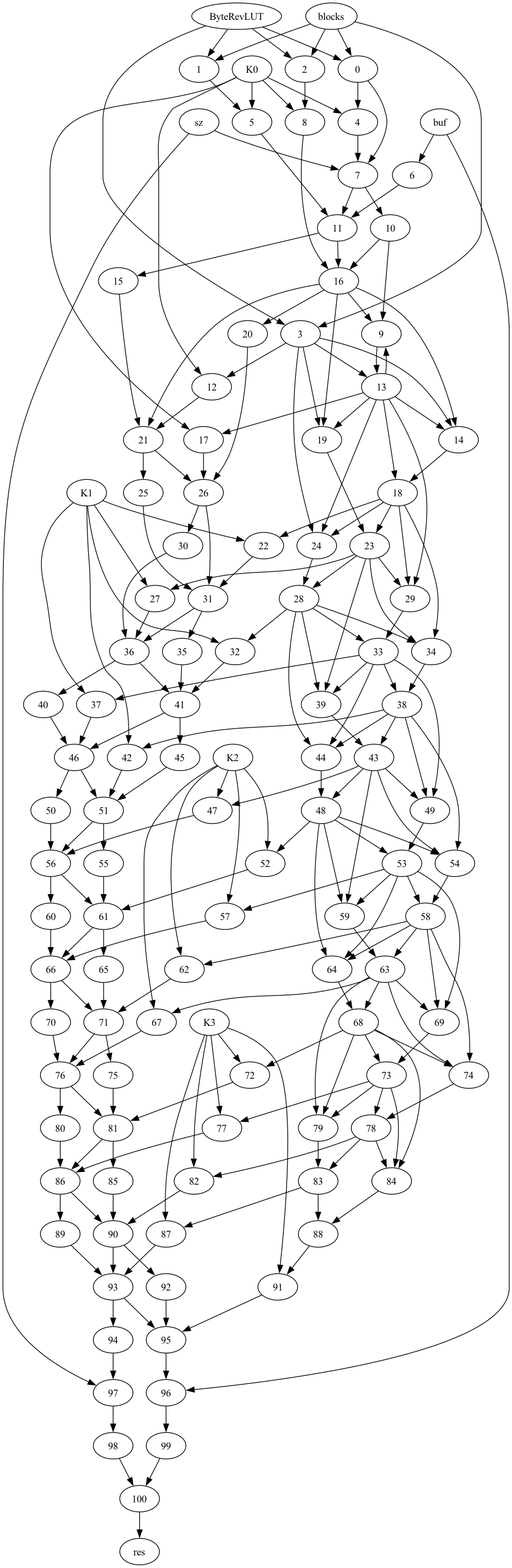
Above: sha1-compress-one-hand-dag.dot.png in jevinskie/AArch64-SHA-Crypto-Extensions (Graphviz), before the change. Its source is kept beside it as sha1-compress-one-hand-dag.dot. The source it was exported from:
```dot
strict digraph "" {
	blocks -> 0;
	blocks -> 1;
	blocks -> 2;
	blocks -> 3;
	0 -> 4;
	0 -> 7;
	ByteRevLUT -> 0;
	ByteRevLUT -> 1;
	ByteRevLUT -> 2;
	ByteRevLUT -> 3;
	1 -> 5;
	2 -> 8;
	3 -> 13;
	3 -> 12;
	3 -> 14;
	3 -> 19;
	3 -> 24;
	4 -> 7;
	K0 -> 4;
	K0 -> 5;
	K0 -> 8;
	K0 -> 12;
	K0 -> 17;
	5 -> 11;
	buf -> 6;
	buf -> 96;
	6 -> 11;
	7 -> 10;
	7 -> 11;
	sz -> 7;
	sz -> 97;
	8 -> 16;
	10 -> 9;
	10 -> 16;
	9 -> 13;
	13 -> 9;
	13 -> 14;
	13 -> 17;
	13 -> 18;
	13 -> 19;
	13 -> 24;
	13 -> 29;
	16 -> 9;
	16 -> 14;
	16 -> 19;
	16 -> 20;
	16 -> 21;
	11 -> 16;
	11 -> 15;
	12 -> 21;
	14 -> 18;
	15 -> 21;
	17 -> 26;
	18 -> 22;
	18 -> 23;
	18 -> 24;
	18 -> 29;
	18 -> 34;
	19 -> 23;
	20 -> 26;
	21 -> 25;
	21 -> 26;
	22 -> 31;
	K1 -> 22;
	K1 -> 27;
	K1 -> 32;
	K1 -> 37;
	K1 -> 42;
	23 -> 27;
	23 -> 28;
	23 -> 29;
	23 -> 34;
	23 -> 39;
	24 -> 28;
	25 -> 31;
	26 -> 30;
	26 -> 31;
	27 -> 36;
	28 -> 32;
	28 -> 33;
	28 -> 34;
	28 -> 39;
	28 -> 44;
	29 -> 33;
	30 -> 36;
	31 -> 35;
	31 -> 36;
	32 -> 41;
	33 -> 37;
	33 -> 38;
	33 -> 39;
	33 -> 44;
	33 -> 49;
	34 -> 38;
	35 -> 41;
	36 -> 40;
	36 -> 41;
	37 -> 46;
	38 -> 42;
	38 -> 43;
	38 -> 44;
	38 -> 49;
	38 -> 54;
	39 -> 43;
	40 -> 46;
	41 -> 45;
	41 -> 46;
	42 -> 51;
	43 -> 47;
	43 -> 48;
	43 -> 49;
	43 -> 54;
	43 -> 59;
	44 -> 48;
	45 -> 51;
	46 -> 50;
	46 -> 51;
	47 -> 56;
	K2 -> 47;
	K2 -> 52;
	K2 -> 57;
	K2 -> 62;
	K2 -> 67;
	48 -> 52;
	48 -> 53;
	48 -> 54;
	48 -> 59;
	48 -> 64;
	49 -> 53;
	50 -> 56;
	51 -> 55;
	51 -> 56;
	52 -> 61;
	53 -> 57;
	53 -> 58;
	53 -> 59;
	53 -> 64;
	53 -> 69;
	54 -> 58;
	55 -> 61;
	56 -> 60;
	56 -> 61;
	57 -> 66;
	58 -> 62;
	58 -> 63;
	58 -> 64;
	58 -> 69;
	58 -> 74;
	59 -> 63;
	60 -> 66;
	61 -> 65;
	61 -> 66;
	62 -> 71;
	63 -> 67;
	63 -> 68;
	63 -> 69;
	63 -> 74;
	63 -> 79;
	64 -> 68;
	65 -> 71;
	66 -> 70;
	66 -> 71;
	67 -> 76;
	68 -> 72;
	68 -> 73;
	68 -> 74;
	68 -> 79;
	68 -> 84;
	69 -> 73;
	70 -> 76;
	71 -> 75;
	71 -> 76;
	72 -> 81;
	K3 -> 72;
	K3 -> 77;
	K3 -> 82;
	K3 -> 87;
	K3 -> 91;
	73 -> 77;
	73 -> 78;
	73 -> 79;
	73 -> 84;
	74 -> 78;
	75 -> 81;
	76 -> 80;
	76 -> 81;
	77 -> 86;
	78 -> 82;
	78 -> 83;
	78 -> 84;
	79 -> 83;
	80 -> 86;
	81 -> 85;
	81 -> 86;
	82 -> 90;
	83 -> 87;
	83 -> 88;
	84 -> 88;
	85 -> 90;
	86 -> 89;
	86 -> 90;
	87 -> 93;
	88 -> 91;
	89 -> 93;
	90 -> 92;
	90 -> 93;
	91 -> 95;
	92 -> 95;
	93 -> 94;
	93 -> 95;
	94 -> 97;
	95 -> 96;
	96 -> 99;
	97 -> 98;
	98 -> 100;
	99 -> 100;
	100 -> res;
}
```
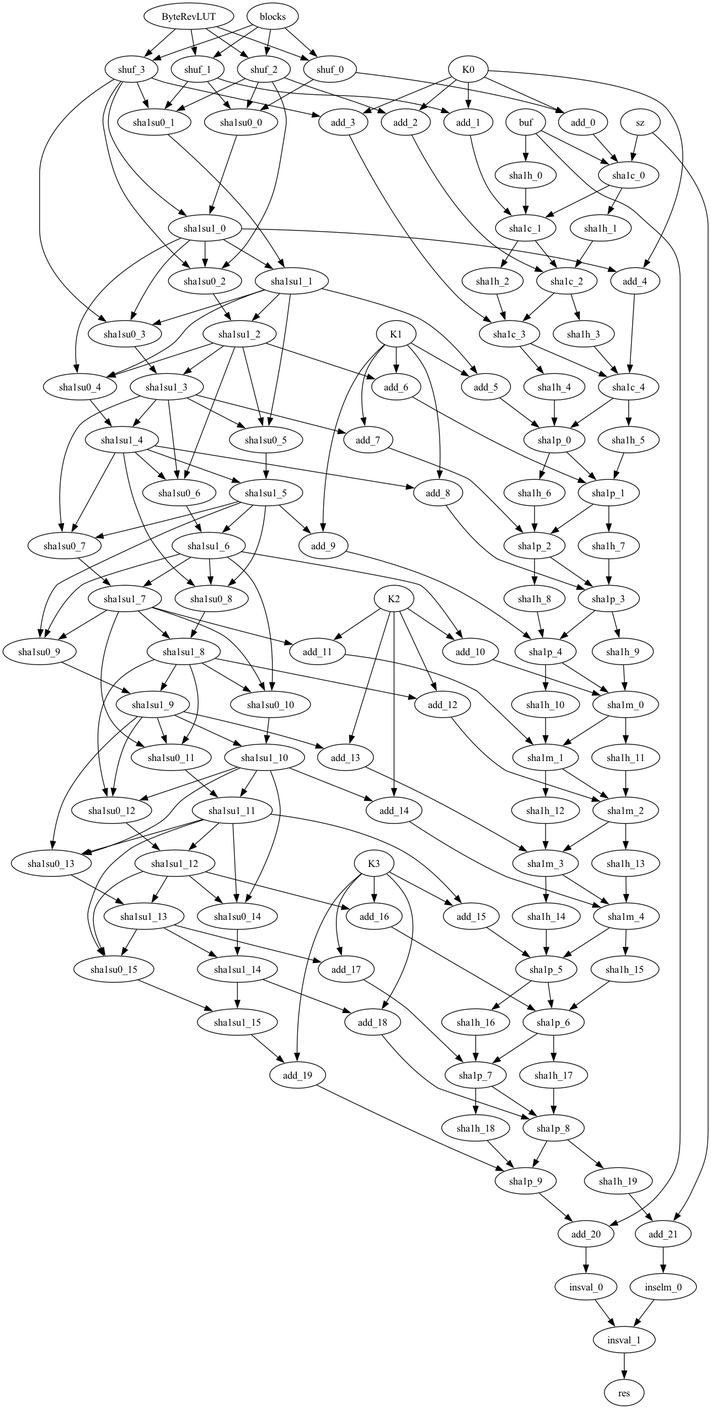
The same file after the commit.

What changed in the source:
```diff
@@ -1,219 +1,219 @@
 strict digraph "" {
-	blocks -> 0;
-	blocks -> 1;
-	blocks -> 2;
-	blocks -> 3;
-	0 -> 4;
-	0 -> 7;
-	ByteRevLUT -> 0;
-	ByteRevLUT -> 1;
-	ByteRevLUT -> 2;
-	ByteRevLUT -> 3;
-	1 -> 5;
-	2 -> 8;
-	3 -> 13;
-	3 -> 12;
-	3 -> 14;
-	3 -> 19;
-	3 -> 24;
-	4 -> 7;
-	K0 -> 4;
-	K0 -> 5;
-	K0 -> 8;
-	K0 -> 12;
-	K0 -> 17;
-	5 -> 11;
-	buf -> 6;
-	buf -> 96;
-	6 -> 11;
-	7 -> 10;
-	7 -> 11;
-	sz -> 7;
-	sz -> 97;
-	8 -> 16;
-	10 -> 9;
-	10 -> 16;
-	9 -> 13;
-	13 -> 9;
-	13 -> 14;
-	13 -> 17;
-	13 -> 18;
-	13 -> 19;
-	13 -> 24;
-	13 -> 29;
-	16 -> 9;
-	16 -> 14;
-	16 -> 19;
-	16 -> 20;
-	16 -> 21;
-	11 -> 16;
-	11 -> 15;
-	12 -> 21;
-	14 -> 18;
-	15 -> 21;
-	17 -> 26;
-	18 -> 22;
-	18 -> 23;
-	18 -> 24;
-	18 -> 29;
-	18 -> 34;
-	19 -> 23;
-	20 -> 26;
-	21 -> 25;
-	21 -> 26;
-	22 -> 31;
-	K1 -> 22;
-	K1 -> 27;
-	K1 -> 32;
-	K1 -> 37;
-	K1 -> 42;
-	23 -> 27;
-	23 -> 28;
-	23 -> 29;
-	23 -> 34;
-	23 -> 39;
-	24 -> 28;
-	25 -> 31;
-	26 -> 30;
-	26 -> 31;
-	27 -> 36;
-	28 -> 32;
-	28 -> 33;
-	28 -> 34;
-	28 -> 39;
-	28 -> 44;
-	29 -> 33;
-	30 -> 36;
-	31 -> 35;
-	31 -> 36;
-	32 -> 41;
-	33 -> 37;
-	33 -> 38;
-	33 -> 39;
-	33 -> 44;
-	33 -> 49;
-	34 -> 38;
-	35 -> 41;
-	36 -> 40;
-	36 -> 41;
-	37 -> 46;
-	38 -> 42;
-	38 -> 43;
-	38 -> 44;
-	38 -> 49;
-	38 -> 54;
-	39 -> 43;
-	40 -> 46;
-	41 -> 45;
-	41 -> 46;
-	42 -> 51;
-	43 -> 47;
-	43 -> 48;
-	43 -> 49;
-	43 -> 54;
-	43 -> 59;
-	44 -> 48;
-	45 -> 51;
-	46 -> 50;
-	46 -> 51;
-	47 -> 56;
-	K2 -> 47;
-	K2 -> 52;
-	K2 -> 57;
-	K2 -> 62;
-	K2 -> 67;
-	48 -> 52;
-	48 -> 53;
-	48 -> 54;
-	48 -> 59;
-	48 -> 64;
-	49 -> 53;
-	50 -> 56;
-	51 -> 55;
-	51 -> 56;
-	52 -> 61;
-	53 -> 57;
-	53 -> 58;
-	53 -> 59;
-	53 -> 64;
-	53 -> 69;
-	54 -> 58;
-	55 -> 61;
-	56 -> 60;
-	56 -> 61;
-	57 -> 66;
-	58 -> 62;
-	58 -> 63;
-	58 -> 64;
-	58 -> 69;
-	58 -> 74;
-	59 -> 63;
-	60 -> 66;
-	61 -> 65;
-	61 -> 66;
-	62 -> 71;
-	63 -> 67;
-	63 -> 68;
-	63 -> 69;
-	63 -> 74;
-	63 -> 79;
-	64 -> 68;
-	65 -> 71;
-	66 -> 70;
-	66 -> 71;
-	67 -> 76;
-	68 -> 72;
-	68 -> 73;
-	68 -> 74;
-	68 -> 79;
-	68 -> 84;
-	69 -> 73;
-	70 -> 76;
-	71 -> 75;
-	71 -> 76;
-	72 -> 81;
-	K3 -> 72;
-	K3 -> 77;
-	K3 -> 82;
-	K3 -> 87;
-	K3 -> 91;
-	73 -> 77;
-	73 -> 78;
-	73 -> 79;
-	73 -> 84;
-	74 -> 78;
-	75 -> 81;
-	76 -> 80;
-	76 -> 81;
-	77 -> 86;
-	78 -> 82;
-	78 -> 83;
-	78 -> 84;
-	79 -> 83;
-	80 -> 86;
-	81 -> 85;
-	81 -> 86;
-	82 -> 90;
-	83 -> 87;
-	83 -> 88;
-	84 -> 88;
-	85 -> 90;
-	86 -> 89;
-	86 -> 90;
-	87 -> 93;
-	88 -> 91;
-	89 -> 93;
-	90 -> 92;
-	90 -> 93;
-	91 -> 95;
-	92 -> 95;
-	93 -> 94;
-	93 -> 95;
-	94 -> 97;
-	95 -> 96;
-	96 -> 99;
-	97 -> 98;
-	98 -> 100;
-	99 -> 100;
-	100 -> res;
+	blocks -> shuf_0;
+	blocks -> shuf_1;
+	blocks -> shuf_2;
+	blocks -> shuf_3;
+	shuf_0 -> add_0;
+	shuf_0 -> sha1su0_0;
+	ByteRevLUT -> shuf_0;
+	ByteRevLUT -> shuf_1;
+	ByteRevLUT -> shuf_2;
+	ByteRevLUT -> shuf_3;
+	shuf_1 -> add_1;
+	shuf_1 -> sha1su0_0;
+	shuf_1 -> sha1su0_1;
+	shuf_2 -> add_2;
+	shuf_2 -> sha1su0_0;
+	shuf_2 -> sha1su0_1;
+	shuf_2 -> sha1su0_2;
+	shuf_3 -> add_3;
+	shuf_3 -> sha1su1_0;
+	shuf_3 -> sha1su0_1;
+	shuf_3 -> sha1su0_2;
+	shuf_3 -> sha1su0_3;
+	add_0 -> sha1c_0;
+	K0 -> add_0;
+	K0 -> add_1;
+	K0 -> add_2;
+	K0 -> add_3;
+	K0 -> add_4;
+	add_1 -> sha1c_1;
+	buf -> sha1h_0;
+	buf -> sha1c_0;
+	buf -> add_20;
+	sha1h_0 -> sha1c_1;
+	sha1c_0 -> sha1h_1;
+	sha1c_0 -> sha1c_1;
+	sz -> sha1c_0;
+	sz -> add_21;
+	add_2 -> sha1c_2;
+	sha1su0_0 -> sha1su1_0;
+	sha1h_1 -> sha1c_2;
+	sha1c_1 -> sha1h_2;
+	sha1c_1 -> sha1c_2;
+	add_3 -> sha1c_3;
+	sha1su1_0 -> add_4;
+	sha1su1_0 -> sha1su1_1;
+	sha1su1_0 -> sha1su0_2;
+	sha1su1_0 -> sha1su0_3;
+	sha1su1_0 -> sha1su0_4;
+	sha1su0_1 -> sha1su1_1;
+	sha1h_2 -> sha1c_3;
+	sha1c_2 -> sha1h_3;
+	sha1c_2 -> sha1c_3;
+	add_4 -> sha1c_4;
+	sha1su1_1 -> add_5;
+	sha1su1_1 -> sha1su1_2;
+	sha1su1_1 -> sha1su0_3;
+	sha1su1_1 -> sha1su0_4;
+	sha1su1_1 -> sha1su0_5;
+	sha1su0_2 -> sha1su1_2;
+	sha1h_3 -> sha1c_4;
+	sha1c_3 -> sha1h_4;
+	sha1c_3 -> sha1c_4;
+	add_5 -> sha1p_0;
+	K1 -> add_5;
+	K1 -> add_6;
+	K1 -> add_7;
+	K1 -> add_8;
+	K1 -> add_9;
+	sha1su1_2 -> add_6;
+	sha1su1_2 -> sha1su1_3;
+	sha1su1_2 -> sha1su0_4;
+	sha1su1_2 -> sha1su0_5;
+	sha1su1_2 -> sha1su0_6;
+	sha1su0_3 -> sha1su1_3;
+	sha1h_4 -> sha1p_0;
+	sha1c_4 -> sha1h_5;
+	sha1c_4 -> sha1p_0;
+	add_6 -> sha1p_1;
+	sha1su1_3 -> add_7;
+	sha1su1_3 -> sha1su1_4;
+	sha1su1_3 -> sha1su0_5;
+	sha1su1_3 -> sha1su0_6;
+	sha1su1_3 -> sha1su0_7;
+	sha1su0_4 -> sha1su1_4;
+	sha1h_5 -> sha1p_1;
+	sha1p_0 -> sha1h_6;
+	sha1p_0 -> sha1p_1;
+	add_7 -> sha1p_2;
+	sha1su1_4 -> add_8;
+	sha1su1_4 -> sha1su1_5;
+	sha1su1_4 -> sha1su0_6;
+	sha1su1_4 -> sha1su0_7;
+	sha1su1_4 -> sha1su0_8;
+	sha1su0_5 -> sha1su1_5;
+	sha1h_6 -> sha1p_2;
+	sha1p_1 -> sha1h_7;
+	sha1p_1 -> sha1p_2;
+	add_8 -> sha1p_3;
+	sha1su1_5 -> add_9;
+	sha1su1_5 -> sha1su1_6;
+	sha1su1_5 -> sha1su0_7;
+	sha1su1_5 -> sha1su0_8;
+	sha1su1_5 -> sha1su0_9;
+	sha1su0_6 -> sha1su1_6;
+	sha1h_7 -> sha1p_3;
+	sha1p_2 -> sha1h_8;
+	sha1p_2 -> sha1p_3;
+	add_9 -> sha1p_4;
+	sha1su1_6 -> add_10;
+	sha1su1_6 -> sha1su1_7;
+	sha1su1_6 -> sha1su0_8;
+	sha1su1_6 -> sha1su0_9;
+	sha1su1_6 -> sha1su0_10;
+	sha1su0_7 -> sha1su1_7;
+	sha1h_8 -> sha1p_4;
+	sha1p_3 -> sha1h_9;
+	sha1p_3 -> sha1p_4;
+	add_10 -> sha1m_0;
+	K2 -> add_10;
+	K2 -> add_11;
+	K2 -> add_12;
+	K2 -> add_13;
+	K2 -> add_14;
+	sha1su1_7 -> add_11;
+	sha1su1_7 -> sha1su1_8;
+	sha1su1_7 -> sha1su0_9;
+	sha1su1_7 -> sha1su0_10;
+	sha1su1_7 -> sha1su0_11;
+	sha1su0_8 -> sha1su1_8;
+	sha1h_9 -> sha1m_0;
+	sha1p_4 -> sha1h_10;
+	sha1p_4 -> sha1m_0;
+	add_11 -> sha1m_1;
+	sha1su1_8 -> add_12;
+	sha1su1_8 -> sha1su1_9;
+	sha1su1_8 -> sha1su0_10;
+	sha1su1_8 -> sha1su0_11;
+	sha1su1_8 -> sha1su0_12;
+	sha1su0_9 -> sha1su1_9;
+	sha1h_10 -> sha1m_1;
+	sha1m_0 -> sha1h_11;
+	sha1m_0 -> sha1m_1;
+	add_12 -> sha1m_2;
+	sha1su1_9 -> add_13;
+	sha1su1_9 -> sha1su1_10;
+	sha1su1_9 -> sha1su0_11;
+	sha1su1_9 -> sha1su0_12;
+	sha1su1_9 -> sha1su0_13;
+	sha1su0_10 -> sha1su1_10;
+	sha1h_11 -> sha1m_2;
+	sha1m_1 -> sha1h_12;
+	sha1m_1 -> sha1m_2;
+	add_13 -> sha1m_3;
+	sha1su1_10 -> add_14;
+	sha1su1_10 -> sha1su1_11;
+	sha1su1_10 -> sha1su0_12;
+	sha1su1_10 -> sha1su0_13;
+	sha1su1_10 -> sha1su0_14;
+	sha1su0_11 -> sha1su1_11;
+	sha1h_12 -> sha1m_3;
+	sha1m_2 -> sha1h_13;
+	sha1m_2 -> sha1m_3;
+	add_14 -> sha1m_4;
+	sha1su1_11 -> add_15;
+	sha1su1_11 -> sha1su1_12;
+	sha1su1_11 -> sha1su0_13;
+	sha1su1_11 -> sha1su0_14;
+	sha1su1_11 -> sha1su0_15;
+	sha1su0_12 -> sha1su1_12;
+	sha1h_13 -> sha1m_4;
+	sha1m_3 -> sha1h_14;
+	sha1m_3 -> sha1m_4;
+	add_15 -> sha1p_5;
+	K3 -> add_15;
+	K3 -> add_16;
+	K3 -> add_17;
+	K3 -> add_18;
+	K3 -> add_19;
+	sha1su1_12 -> add_16;
+	sha1su1_12 -> sha1su1_13;
+	sha1su1_12 -> sha1su0_14;
+	sha1su1_12 -> sha1su0_15;
+	sha1su0_13 -> sha1su1_13;
+	sha1h_14 -> sha1p_5;
+	sha1m_4 -> sha1h_15;
+	sha1m_4 -> sha1p_5;
+	add_16 -> sha1p_6;
+	sha1su1_13 -> add_17;
+	sha1su1_13 -> sha1su1_14;
+	sha1su1_13 -> sha1su0_15;
+	sha1su0_14 -> sha1su1_14;
+	sha1h_15 -> sha1p_6;
+	sha1p_5 -> sha1h_16;
+	sha1p_5 -> sha1p_6;
+	add_17 -> sha1p_7;
+	sha1su1_14 -> add_18;
+	sha1su1_14 -> sha1su1_15;
+	sha1su0_15 -> sha1su1_15;
+	sha1h_16 -> sha1p_7;
+	sha1p_6 -> sha1h_17;
+	sha1p_6 -> sha1p_7;
+	add_18 -> sha1p_8;
+	sha1su1_15 -> add_19;
+	sha1h_17 -> sha1p_8;
+	sha1p_7 -> sha1h_18;
+	sha1p_7 -> sha1p_8;
+	add_19 -> sha1p_9;
+	sha1h_18 -> sha1p_9;
+	sha1p_8 -> sha1h_19;
+	sha1p_8 -> sha1p_9;
+	sha1h_19 -> add_21;
+	sha1p_9 -> add_20;
+	add_20 -> insval_0;
+	add_21 -> inselm_0;
+	inselm_0 -> insval_1;
+	insval_0 -> insval_1;
+	insval_1 -> res;
 }
```
